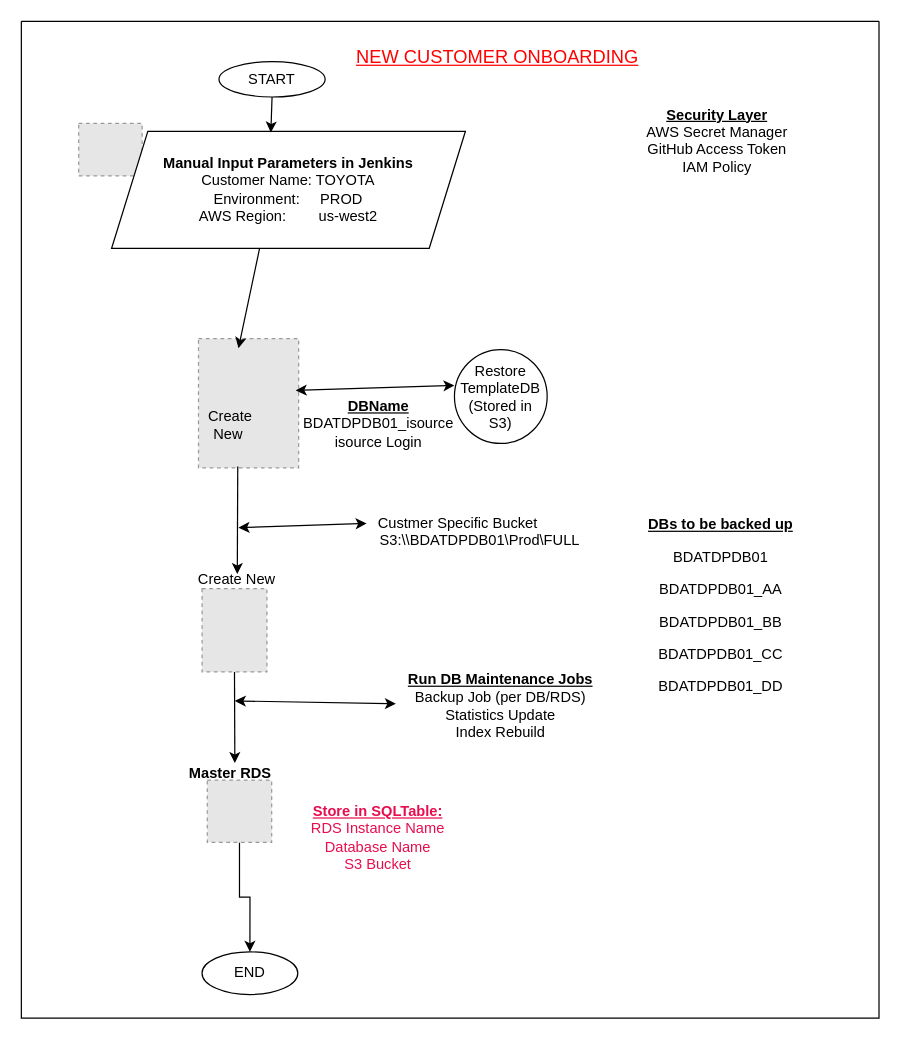
Earlier version of the draw.io diagram Untitled Diagram.drawio (Ravi1983-dev/devopsdemo). Source tidied: cells renumbered, new cells numbered last; positions are measured from the earlier drawing's top-left corner, leaving out a move shared by most shapes. Both pictures are drawn from the tidied source at 122%, with x=0, y=0 at pixel (21, 21). Pictures stored in the file or linked from it are replaced by grey dashed boxes.
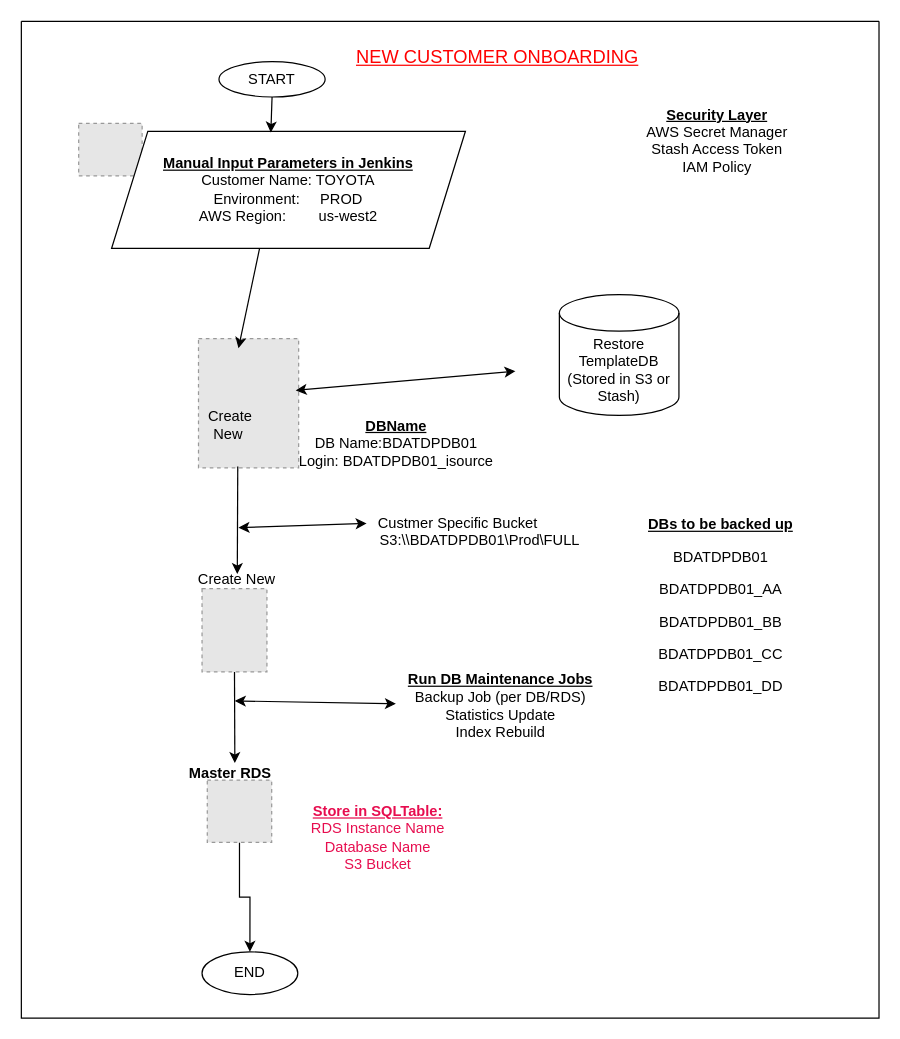
After the change.

Unchanged cells that the change refers to:
```xml
<mxCell id="3" style="swimlane;startSize=0;" parent="1" vertex="1">
  <mxGeometry width="703" height="817" as="geometry" />
</mxCell>
<mxCell id="15" style="fillColor=#E6E6E6;strokeColor=#999999;dashed=1;verticalLabelPosition=bottom;labelBackgroundColor=default;verticalAlign=top;" parent="3" vertex="1">
  <mxGeometry x="145.2" y="260" width="82.1" height="106" as="geometry" />
</mxCell>
```

The edit, as a diff of the source:
```diff
@@
-    <mxCell id="5" value="&lt;div&gt;&lt;b&gt;&lt;u&gt;Security Layer&lt;/u&gt;&lt;/b&gt;&lt;/div&gt;AWS Secret Manager&lt;div&gt;GitHub Access Token&lt;/div&gt;&lt;div&gt;&lt;span style=&quot;background-color: transparent; color: light-dark(rgb(0, 0, 0), rgb(255, 255, 255));&quot;&gt;IAM Policy&lt;/span&gt;&lt;/div&gt;&lt;div&gt;&lt;br&gt;&lt;/div&gt;" style="text;html=1;align=center;verticalAlign=middle;whiteSpace=wrap;rounded=0;" parent="3" vertex="1">
+    <mxCell id="5" value="&lt;div&gt;&lt;b&gt;&lt;u&gt;Security Layer&lt;/u&gt;&lt;/b&gt;&lt;/div&gt;AWS Secret Manager&lt;div&gt;Stash Access Token&lt;/div&gt;&lt;div&gt;&lt;span style=&quot;background-color: transparent; color: light-dark(rgb(0, 0, 0), rgb(255, 255, 255));&quot;&gt;IAM Policy&lt;/span&gt;&lt;/div&gt;&lt;div&gt;&lt;br&gt;&lt;/div&gt;" style="text;html=1;align=center;verticalAlign=middle;whiteSpace=wrap;rounded=0;" parent="3" vertex="1">
       <mxGeometry x="454" y="90.1" width="233" height="30" as="geometry" />
     </mxCell>
-    <mxCell id="6" value="Restore TemplateDB&lt;div&gt;(Stored in S3)&lt;/div&gt;" style="ellipse;whiteSpace=wrap;html=1;" parent="3" vertex="1">
-      <mxGeometry x="355" y="269" width="76" height="77" as="geometry" />
-    </mxCell>
-    <mxCell id="7" value="&lt;b&gt;&lt;u&gt;DBName&lt;/u&gt;&lt;/b&gt;&lt;div&gt;&lt;span&gt;BDATDPDB01_isource&lt;/span&gt;&lt;/div&gt;&lt;div&gt;isource Login&lt;/div&gt;&lt;div&gt;&lt;br&gt;&lt;/div&gt;" style="text;html=1;align=center;verticalAlign=middle;whiteSpace=wrap;rounded=0;" parent="3" vertex="1">
-      <mxGeometry x="231" y="320" width="124" height="33" as="geometry" />
+    <mxCell id="7" value="&lt;b&gt;&lt;u&gt;DBName&lt;/u&gt;&lt;/b&gt;&lt;div&gt;&lt;span&gt;DB Name:&lt;/span&gt;&lt;span style=&quot;background-color: transparent; color: light-dark(rgb(0, 0, 0), rgb(255, 255, 255));&quot;&gt;BDATDPDB01&lt;/span&gt;&lt;/div&gt;&lt;div&gt;&lt;span&gt;Login: BDATDPDB01_isource&lt;/span&gt;&lt;/div&gt;&lt;div&gt;&lt;br&gt;&lt;/div&gt;" style="text;html=1;align=center;verticalAlign=middle;whiteSpace=wrap;rounded=0;" parent="3" vertex="1">
+      <mxGeometry x="215.3" y="344" width="185" height="18" as="geometry" />
     </mxCell>
@@
-    <mxCell id="11" value="&lt;div&gt;&lt;b style=&quot;&quot;&gt;Manual Input Parameters in Jenkins&lt;/b&gt;&lt;/div&gt;Customer Name: TOYOTA&lt;div&gt;Environment:&amp;nbsp; &amp;nbsp; &amp;nbsp;PROD&lt;/div&gt;&lt;div&gt;AWS Region:&amp;nbsp; &amp;nbsp; &amp;nbsp; &amp;nbsp; us-west2&lt;/div&gt;" style="shape=parallelogram;perimeter=parallelogramPerimeter;whiteSpace=wrap;html=1;fixedSize=1;size=29.66668701171875;" parent="3" vertex="1">
+    <mxCell id="11" value="&lt;div&gt;&lt;b style=&quot;&quot;&gt;&lt;u&gt;Manual Input Parameters in Jenkins&lt;/u&gt;&lt;/b&gt;&lt;/div&gt;Customer Name: TOYOTA&lt;div&gt;Environment:&amp;nbsp; &amp;nbsp; &amp;nbsp;PROD&lt;/div&gt;&lt;div&gt;AWS Region:&amp;nbsp; &amp;nbsp; &amp;nbsp; &amp;nbsp; us-west2&lt;/div&gt;" style="shape=parallelogram;perimeter=parallelogramPerimeter;whiteSpace=wrap;html=1;fixedSize=1;size=29.66668701171875;" parent="3" vertex="1">
       <mxGeometry x="74" y="90.1" width="290" height="95.9" as="geometry" />
     </mxCell>
@@
-    <mxCell id="26" style="endArrow=classic;startArrow=classic;html=1;rounded=0;entryX=0;entryY=0.382;entryDx=0;entryDy=0;entryPerimeter=0;exitX=0.971;exitY=0.401;exitDx=0;exitDy=0;exitPerimeter=0;" parent="3" edge="1" source="15" target="6">
-      <mxGeometry relative="1" as="geometry" />
+    <mxCell id="26" style="endArrow=classic;startArrow=classic;html=1;rounded=0;entryX=0;entryY=0.382;entryDx=0;entryDy=0;entryPerimeter=0;exitX=0.971;exitY=0.401;exitDx=0;exitDy=0;exitPerimeter=0;" parent="3" edge="1" source="15">
+      <mxGeometry relative="1" as="geometry">
+        <mxPoint x="405" y="286.7" as="targetPoint" />
+      </mxGeometry>
     </mxCell>
@@
+    <mxCell id="30" value="Restore TemplateDB&lt;div&gt;(Stored in S3 or Stash)&lt;/div&gt;" style="shape=cylinder3;whiteSpace=wrap;html=1;boundedLbl=1;backgroundOutline=1;size=15;" parent="3" vertex="1">
+      <mxGeometry x="441" y="224" width="98" height="99" as="geometry" />
+    </mxCell>
```
